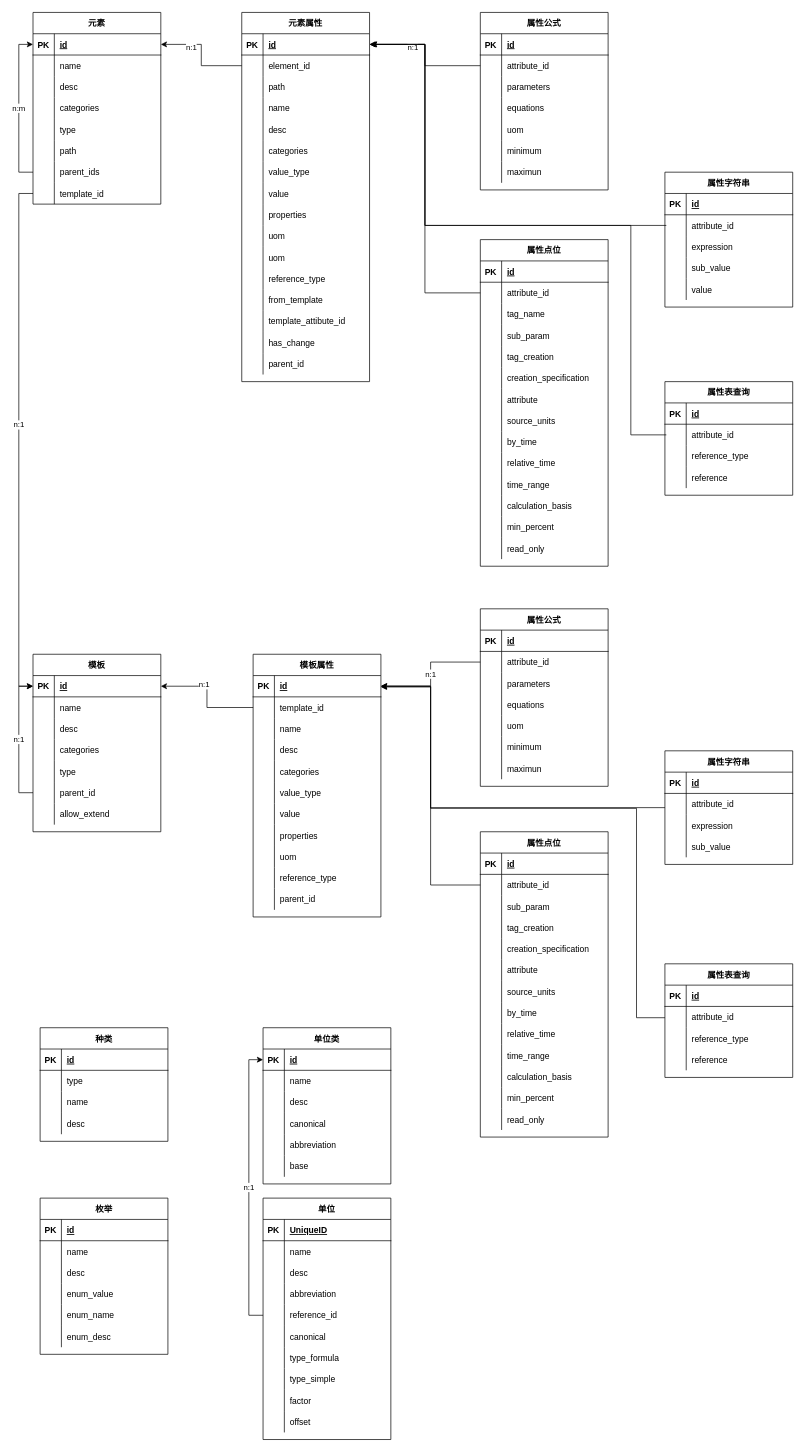
huhailong147/Test keeps this draw.io diagram as 资产框架.drawio. Above is the earlier version. Source tidied: cells renumbered, new cells numbered last; positions are measured from the earlier drawing's top-left corner, leaving out a move shared by most shapes. Both pictures are drawn from the tidied source at 71%, with x=0, y=0 at pixel (33, 12).
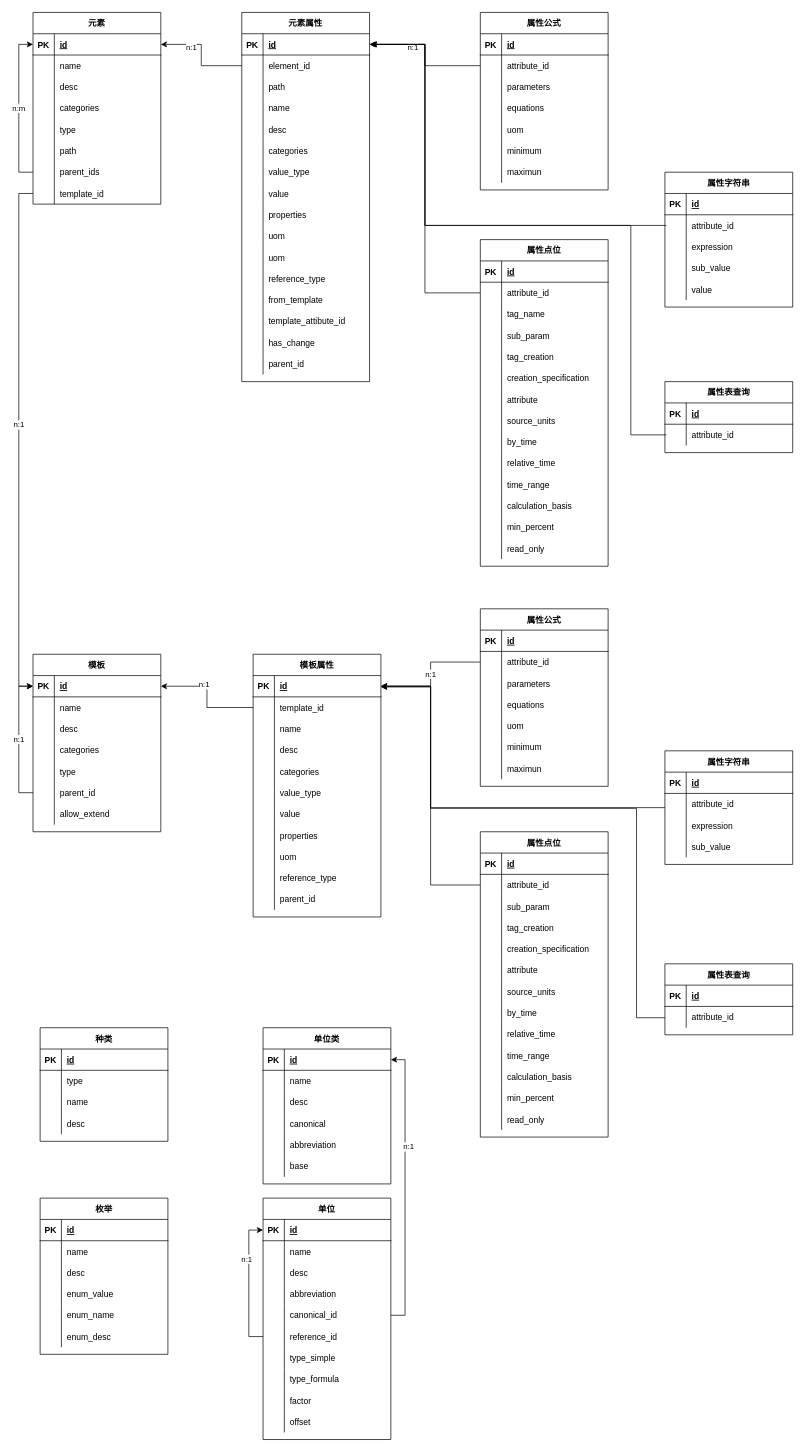
The same diagram, later.

Unchanged cells that the change refers to:
```xml
<mxCell id="349" style="shape=partialRectangle;fillColor=none;top=0;left=0;bottom=1;right=0;points=[[0,0.5],[1,0.5]];portConstraint=eastwest;" parent="348" vertex="1">
  <mxGeometry y="30" width="180" height="30" as="geometry" />
</mxCell>
<mxCell id="382" value="单位" style="shape=table;startSize=30;childLayout=tableLayout;rowLines=0;fontStyle=1;align=center;" parent="1" vertex="1">
  <mxGeometry x="324" y="1670" width="180" height="340" as="geometry" />
</mxCell>
<mxCell id="383" style="shape=partialRectangle;fillColor=none;top=0;left=0;bottom=1;right=0;points=[[0,0.5],[1,0.5]];portConstraint=eastwest;" parent="382" vertex="1">
  <mxGeometry y="30" width="180" height="30" as="geometry" />
</mxCell>
```

The edit, as a diff of the source:
```diff
@@
     <mxCell id="289" value="属性表查询" style="shape=table;startSize=30;childLayout=tableLayout;rowLines=0;fontStyle=1;align=center;" parent="1" vertex="1">
-      <mxGeometry x="890" y="1340" width="180" height="160" as="geometry" />
+      <mxGeometry x="890" y="1340" width="180" height="100" as="geometry" />
     </mxCell>
@@
-    <mxCell id="296" style="shape=partialRectangle;fillColor=none;top=0;left=0;bottom=0;right=0;" parent="289" vertex="1">
-      <mxGeometry y="90" width="180" height="30" as="geometry" />
-    </mxCell>
-    <mxCell id="297" style="shape=partialRectangle;fillColor=none;top=0;left=0;bottom=0;right=0;overflow=hidden;" parent="296" vertex="1">
-      <mxGeometry width="30" height="30" as="geometry" />
-    </mxCell>
-    <mxCell id="298" value="reference_type" style="shape=partialRectangle;fillColor=none;top=0;left=0;bottom=0;right=0;align=left;spacingLeft=6;overflow=hidden;" parent="296" vertex="1">
-      <mxGeometry x="30" width="150" height="30" as="geometry" />
-    </mxCell>
-    <mxCell id="299" style="shape=partialRectangle;fillColor=none;top=0;left=0;bottom=0;right=0;" parent="289" vertex="1">
-      <mxGeometry y="120" width="180" height="30" as="geometry" />
-    </mxCell>
-    <mxCell id="300" style="shape=partialRectangle;fillColor=none;top=0;left=0;bottom=0;right=0;overflow=hidden;" parent="299" vertex="1">
-      <mxGeometry width="30" height="30" as="geometry" />
-    </mxCell>
-    <mxCell id="301" value="reference" style="shape=partialRectangle;fillColor=none;top=0;left=0;bottom=0;right=0;align=left;spacingLeft=6;overflow=hidden;" parent="299" vertex="1">
-      <mxGeometry x="30" width="150" height="30" as="geometry" />
-    </mxCell>
     <mxCell id="302" value="属性表查询" style="shape=table;startSize=30;childLayout=tableLayout;rowLines=0;fontStyle=1;align=center;" parent="1" vertex="1">
-      <mxGeometry x="890" y="520" width="180" height="160" as="geometry" />
+      <mxGeometry x="890" y="520" width="180" height="100" as="geometry" />
     </mxCell>
@@
-    <mxCell id="309" style="shape=partialRectangle;fillColor=none;top=0;left=0;bottom=0;right=0;" parent="302" vertex="1">
-      <mxGeometry y="90" width="180" height="30" as="geometry" />
-    </mxCell>
-    <mxCell id="310" style="shape=partialRectangle;fillColor=none;top=0;left=0;bottom=0;right=0;overflow=hidden;" parent="309" vertex="1">
-      <mxGeometry width="30" height="30" as="geometry" />
-    </mxCell>
-    <mxCell id="311" value="reference_type" style="shape=partialRectangle;fillColor=none;top=0;left=0;bottom=0;right=0;align=left;spacingLeft=6;overflow=hidden;" parent="309" vertex="1">
-      <mxGeometry x="30" width="150" height="30" as="geometry" />
-    </mxCell>
-    <mxCell id="312" style="shape=partialRectangle;fillColor=none;top=0;left=0;bottom=0;right=0;" parent="302" vertex="1">
-      <mxGeometry y="120" width="180" height="30" as="geometry" />
-    </mxCell>
-    <mxCell id="313" style="shape=partialRectangle;fillColor=none;top=0;left=0;bottom=0;right=0;overflow=hidden;" parent="312" vertex="1">
-      <mxGeometry width="30" height="30" as="geometry" />
-    </mxCell>
-    <mxCell id="314" value="reference" style="shape=partialRectangle;fillColor=none;top=0;left=0;bottom=0;right=0;align=left;spacingLeft=6;overflow=hidden;" parent="312" vertex="1">
-      <mxGeometry x="30" width="150" height="30" as="geometry" />
-    </mxCell>
@@
-    <mxCell id="385" value="UniqueID" style="shape=partialRectangle;fillColor=none;top=0;left=0;bottom=0;right=0;align=left;spacingLeft=6;fontStyle=5;overflow=hidden;" parent="383" vertex="1">
+    <mxCell id="385" value="id" style="shape=partialRectangle;fillColor=none;top=0;left=0;bottom=0;right=0;align=left;spacingLeft=6;fontStyle=5;overflow=hidden;" parent="383" vertex="1">
       <mxGeometry x="30" width="150" height="30" as="geometry" />
     </mxCell>
@@
+    <mxCell id="398" style="shape=partialRectangle;fillColor=none;top=0;left=0;bottom=0;right=0;points=[[0,0.5],[1,0.5]];portConstraint=eastwest;" parent="382" vertex="1">
+      <mxGeometry y="150" width="180" height="30" as="geometry" />
+    </mxCell>
+    <mxCell id="399" style="shape=partialRectangle;fillColor=none;top=0;left=0;bottom=0;right=0;overflow=hidden;" parent="398" vertex="1">
+      <mxGeometry width="30" height="30" as="geometry" />
+    </mxCell>
+    <mxCell id="400" value="canonical_id" style="shape=partialRectangle;fillColor=none;top=0;left=0;bottom=0;right=0;align=left;spacingLeft=6;overflow=hidden;" parent="398" vertex="1">
+      <mxGeometry x="30" width="150" height="30" as="geometry" />
+    </mxCell>
+    <mxCell id="414" style="edgeStyle=orthogonalEdgeStyle;rounded=0;jettySize=auto;html=1;entryX=0;entryY=0.5;entryDx=0;entryDy=0;" parent="382" edge="1" source="395" target="383">
+      <mxGeometry relative="1" as="geometry" />
+    </mxCell>
+    <mxCell id="415" value="n:1" style="edgeLabel;html=1;align=center;verticalAlign=middle;" parent="414" vertex="1">
+      <mxGeometry x="0.37" y="4" relative="1" as="geometry" />
+    </mxCell>
     <mxCell id="395" style="shape=partialRectangle;fillColor=none;top=0;left=0;bottom=0;right=0;points=[[0,0.5],[1,0.5]];portConstraint=eastwest;" parent="382" vertex="1">
-      <mxGeometry y="150" width="180" height="30" as="geometry" />
+      <mxGeometry y="180" width="180" height="30" as="geometry" />
     </mxCell>
@@
-    <mxCell id="398" style="shape=partialRectangle;fillColor=none;top=0;left=0;bottom=0;right=0;points=[[0,0.5],[1,0.5]];portConstraint=eastwest;" parent="382" vertex="1">
-      <mxGeometry y="180" width="180" height="30" as="geometry" />
-    </mxCell>
-    <mxCell id="399" style="shape=partialRectangle;fillColor=none;top=0;left=0;bottom=0;right=0;overflow=hidden;" parent="398" vertex="1">
-      <mxGeometry width="30" height="30" as="geometry" />
-    </mxCell>
-    <mxCell id="400" value="canonical" style="shape=partialRectangle;fillColor=none;top=0;left=0;bottom=0;right=0;align=left;spacingLeft=6;overflow=hidden;" parent="398" vertex="1">
-      <mxGeometry x="30" width="150" height="30" as="geometry" />
-    </mxCell>
+    <mxCell id="404" style="shape=partialRectangle;fillColor=none;top=0;left=0;bottom=0;right=0;" parent="382" vertex="1">
+      <mxGeometry y="210" width="180" height="30" as="geometry" />
+    </mxCell>
+    <mxCell id="405" style="shape=partialRectangle;fillColor=none;top=0;left=0;bottom=0;right=0;overflow=hidden;" parent="404" vertex="1">
+      <mxGeometry width="30" height="30" as="geometry" />
+    </mxCell>
+    <mxCell id="406" value="type_simple" style="shape=partialRectangle;fillColor=none;top=0;left=0;bottom=0;right=0;align=left;spacingLeft=6;overflow=hidden;" parent="404" vertex="1">
+      <mxGeometry x="30" width="150" height="30" as="geometry" />
+    </mxCell>
     <mxCell id="401" style="shape=partialRectangle;fillColor=none;top=0;left=0;bottom=0;right=0;" parent="382" vertex="1">
-      <mxGeometry y="210" width="180" height="30" as="geometry" />
+      <mxGeometry y="240" width="180" height="30" as="geometry" />
     </mxCell>
@@
-    <mxCell id="404" style="shape=partialRectangle;fillColor=none;top=0;left=0;bottom=0;right=0;" parent="382" vertex="1">
-      <mxGeometry y="240" width="180" height="30" as="geometry" />
-    </mxCell>
-    <mxCell id="405" style="shape=partialRectangle;fillColor=none;top=0;left=0;bottom=0;right=0;overflow=hidden;" parent="404" vertex="1">
-      <mxGeometry width="30" height="30" as="geometry" />
-    </mxCell>
-    <mxCell id="406" value="type_simple" style="shape=partialRectangle;fillColor=none;top=0;left=0;bottom=0;right=0;align=left;spacingLeft=6;overflow=hidden;" parent="404" vertex="1">
-      <mxGeometry x="30" width="150" height="30" as="geometry" />
-    </mxCell>
@@
-    <mxCell id="413" value="n:1" style="edgeStyle=orthogonalEdgeStyle;rounded=0;jettySize=auto;html=1;entryX=0;entryY=0.5;entryDx=0;entryDy=0;" parent="1" edge="1" source="395" target="349">
-      <mxGeometry relative="1" as="geometry" />
-    </mxCell>
+    <mxCell id="416" style="edgeStyle=orthogonalEdgeStyle;rounded=0;jettySize=auto;html=1;entryX=1;entryY=0.5;entryDx=0;entryDy=0;" parent="1" edge="1" source="398" target="349">
+      <mxGeometry relative="1" as="geometry">
+        <Array as="points">
+          <mxPoint x="524" y="1835" />
+          <mxPoint x="524" y="1475" />
+        </Array>
+      </mxGeometry>
+    </mxCell>
+    <mxCell id="417" value="n:1" style="edgeLabel;html=1;align=center;verticalAlign=middle;" parent="416" vertex="1">
+      <mxGeometry x="0.29" y="-4" relative="1" as="geometry" />
+    </mxCell>
```
